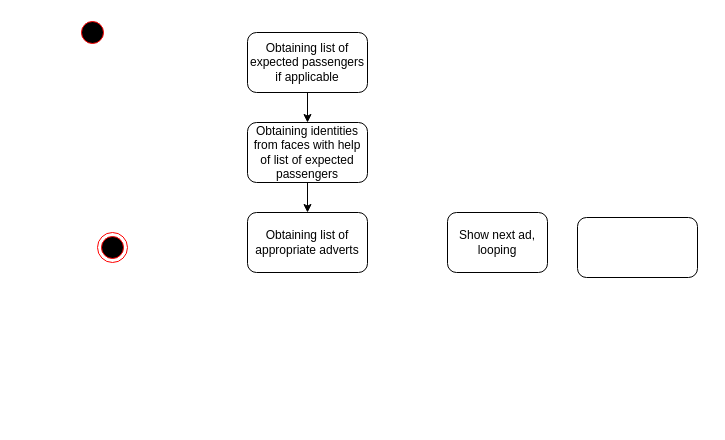
Above: Diagrama sin título.drawio in pseud0n/sepp-diagrams (draw.io), before the change. Source tidied: cells renumbered, new cells numbered last; positions are measured from the earlier drawing's top-left corner, leaving out a move shared by most shapes. Both pictures are drawn from the tidied source at 100%, with x=0, y=0 at pixel (77, 17).
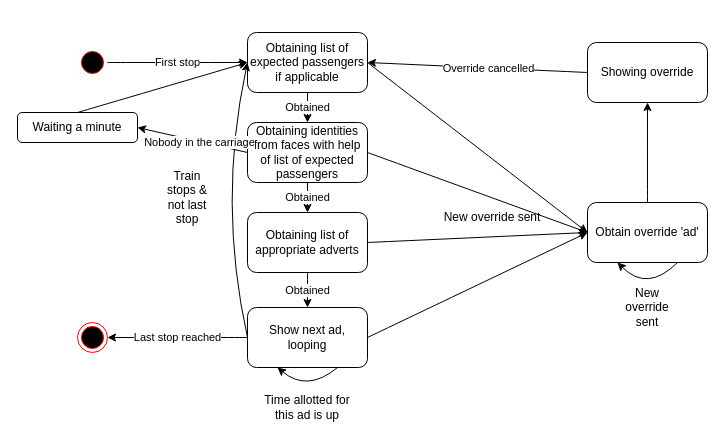
The same diagram, later.

The change refers to these unchanged cells:
```xml
<mxCell id="4" value="&lt;div&gt;Obtaining list of expected passengers if applicable&lt;/div&gt;" style="rounded=1;whiteSpace=wrap;html=1;" parent="1" vertex="1">
  <mxGeometry x="170" y="15" width="120" height="60" as="geometry" />
</mxCell>
<mxCell id="5" value="Obtaining identities from faces with help of list of expected passengers" style="rounded=1;whiteSpace=wrap;html=1;" parent="1" vertex="1">
  <mxGeometry x="170" y="105" width="120" height="60" as="geometry" />
</mxCell>
<mxCell id="7" value="Obtaining list of appropriate adverts" style="rounded=1;whiteSpace=wrap;html=1;" parent="1" vertex="1">
  <mxGeometry x="170" y="195" width="120" height="60" as="geometry" />
</mxCell>
```

Change to the diagram source:
```diff
@@
     <mxCell id="2" style="ellipse;html=1;shape=startState;fillColor=#000000;strokeColor=#ff0000;rounded=1;shadow=0;comic=0;labelBackgroundColor=none;fontFamily=Verdana;fontSize=12;fontColor=#000000;align=center;direction=south;" parent="1" vertex="1">
-      <mxGeometry width="30" height="30" as="geometry" />
+      <mxGeometry y="30" width="30" height="30" as="geometry" />
     </mxCell>
     <mxCell id="3" style="ellipse;html=1;shape=endState;fillColor=#000000;strokeColor=#ff0000;rounded=1;shadow=0;comic=0;labelBackgroundColor=none;fontFamily=Verdana;fontSize=12;fontColor=#000000;align=center;" parent="1" vertex="1">
-      <mxGeometry x="20" y="215" width="30" height="30" as="geometry" />
+      <mxGeometry y="305" width="30" height="30" as="geometry" />
     </mxCell>
@@
-    <mxCell id="6" style="endArrow=classic;html=1;rounded=0;exitX=0.5;exitY=1;exitDx=0;exitDy=0;" parent="1" edge="1" source="4" target="5">
+    <mxCell id="6" value="Obtained" style="endArrow=classic;html=1;rounded=0;exitX=0.5;exitY=1;exitDx=0;exitDy=0;" parent="1" edge="1" source="4" target="5">
       <mxGeometry relative="1" as="geometry" />
     </mxCell>
@@
-    <mxCell id="8" style="endArrow=classic;html=1;rounded=0;exitX=0.5;exitY=1;exitDx=0;exitDy=0;entryX=0.5;entryY=0;entryDx=0;entryDy=0;" parent="1" edge="1" source="5" target="7">
+    <mxCell id="8" value="Obtained" style="endArrow=classic;html=1;rounded=0;exitX=0.5;exitY=1;exitDx=0;exitDy=0;entryX=0.5;entryY=0;entryDx=0;entryDy=0;" parent="1" edge="1" source="5" target="7">
       <mxGeometry relative="1" as="geometry" />
     </mxCell>
     <mxCell id="9" value="Show next ad, looping" style="rounded=1;whiteSpace=wrap;html=1;" parent="1" vertex="1">
-      <mxGeometry x="370" y="195" width="100" height="60" as="geometry" />
+      <mxGeometry x="170" y="290" width="120" height="60" as="geometry" />
     </mxCell>
-    <mxCell id="10" style="rounded=1;whiteSpace=wrap;html=1;" parent="1" vertex="1">
-      <mxGeometry x="500" y="200" width="120" height="60" as="geometry" />
+    <mxCell id="10" value="Showing override" style="rounded=1;whiteSpace=wrap;html=1;" parent="1" vertex="1">
+      <mxGeometry x="510" y="25" width="120" height="60" as="geometry" />
     </mxCell>
+    <mxCell id="11" value="Obtain override 'ad'" style="rounded=1;whiteSpace=wrap;html=1;" parent="1" vertex="1">
+      <mxGeometry x="510" y="185" width="120" height="60" as="geometry" />
+    </mxCell>
+    <mxCell id="12" style="endArrow=classic;html=1;exitX=0.75;exitY=1;exitDx=0;exitDy=0;entryX=0.25;entryY=1;entryDx=0;entryDy=0;curved=1;" parent="1" edge="1" source="9" target="9">
+      <mxGeometry relative="1" as="geometry">
+        <Array as="points">
+          <mxPoint x="230" y="375" />
+        </Array>
+      </mxGeometry>
+    </mxCell>
+    <mxCell id="13" value="Time allotted for this ad is up" style="text;html=1;strokeColor=none;fillColor=none;align=center;verticalAlign=middle;whiteSpace=wrap;rounded=0;" parent="1" vertex="1">
+      <mxGeometry x="180" y="375" width="100" height="30" as="geometry" />
+    </mxCell>
+    <mxCell id="14" style="endArrow=classic;html=1;curved=1;exitX=0;exitY=0.5;exitDx=0;exitDy=0;entryX=0;entryY=0.5;entryDx=0;entryDy=0;" parent="1" edge="1" source="9" target="4">
+      <mxGeometry relative="1" as="geometry">
+        <Array as="points">
+          <mxPoint x="140" y="185" />
+        </Array>
+      </mxGeometry>
+    </mxCell>
+    <mxCell id="15" value="Train stops &amp;amp; not last stop" style="text;html=1;strokeColor=none;fillColor=none;align=center;verticalAlign=middle;whiteSpace=wrap;rounded=0;" parent="1" vertex="1">
+      <mxGeometry x="80" y="165" width="60" height="30" as="geometry" />
+    </mxCell>
+    <mxCell id="16" style="endArrow=classic;html=1;curved=1;exitX=1;exitY=0.5;exitDx=0;exitDy=0;entryX=0;entryY=0.5;entryDx=0;entryDy=0;" parent="1" edge="1" source="9" target="11">
+      <mxGeometry relative="1" as="geometry" />
+    </mxCell>
+    <mxCell id="17" style="endArrow=classic;html=1;curved=1;exitX=1;exitY=0.5;exitDx=0;exitDy=0;entryX=0;entryY=0.5;entryDx=0;entryDy=0;" parent="1" edge="1" source="7" target="11">
+      <mxGeometry relative="1" as="geometry" />
+    </mxCell>
+    <mxCell id="18" value="Obtained" style="endArrow=classic;html=1;curved=1;exitX=0.5;exitY=1;exitDx=0;exitDy=0;" parent="1" edge="1" source="7" target="9">
+      <mxGeometry relative="1" as="geometry" />
+    </mxCell>
+    <mxCell id="19" style="endArrow=classic;html=1;curved=1;exitX=1;exitY=0.5;exitDx=0;exitDy=0;entryX=0;entryY=0.5;entryDx=0;entryDy=0;" parent="1" edge="1" source="5" target="11">
+      <mxGeometry relative="1" as="geometry" />
+    </mxCell>
+    <mxCell id="20" style="endArrow=classic;html=1;curved=1;exitX=1;exitY=0.5;exitDx=0;exitDy=0;entryX=0;entryY=0.5;entryDx=0;entryDy=0;" parent="1" edge="1" source="4" target="11">
+      <mxGeometry relative="1" as="geometry" />
+    </mxCell>
+    <mxCell id="21" style="endArrow=classic;html=1;curved=1;exitX=0.5;exitY=0;exitDx=0;exitDy=0;entryX=0.5;entryY=1;entryDx=0;entryDy=0;" parent="1" edge="1" source="11" target="10">
+      <mxGeometry relative="1" as="geometry" />
+    </mxCell>
+    <mxCell id="22" value="New override sent" style="text;html=1;strokeColor=none;fillColor=none;align=center;verticalAlign=middle;whiteSpace=wrap;rounded=0;" parent="1" vertex="1">
+      <mxGeometry x="360" y="185" width="110" height="30" as="geometry" />
+    </mxCell>
+    <mxCell id="23" style="endArrow=classic;html=1;curved=1;exitX=0.75;exitY=1;exitDx=0;exitDy=0;entryX=0.25;entryY=1;entryDx=0;entryDy=0;" parent="1" edge="1" source="11" target="11">
+      <mxGeometry relative="1" as="geometry">
+        <Array as="points">
+          <mxPoint x="570" y="275" />
+        </Array>
+      </mxGeometry>
+    </mxCell>
+    <mxCell id="24" value="New override sent" style="text;html=1;strokeColor=none;fillColor=none;align=center;verticalAlign=middle;whiteSpace=wrap;rounded=0;" parent="1" vertex="1">
+      <mxGeometry x="540" y="275" width="60" height="30" as="geometry" />
+    </mxCell>
+    <mxCell id="25" style="endArrow=classic;html=1;curved=1;exitX=0;exitY=0.5;exitDx=0;exitDy=0;entryX=1;entryY=0.5;entryDx=0;entryDy=0;" parent="1" edge="1" source="10" target="4">
+      <mxGeometry relative="1" as="geometry" />
+    </mxCell>
+    <mxCell id="26" value="Override cancelled" style="edgeLabel;html=1;align=center;verticalAlign=middle;" parent="25" vertex="1">
+      <mxGeometry x="-0.09" relative="1" as="geometry" />
+    </mxCell>
+    <mxCell id="27" value="First stop" style="endArrow=classic;html=1;curved=1;exitX=0.5;exitY=0;exitDx=0;exitDy=0;entryX=0;entryY=0.5;entryDx=0;entryDy=0;" parent="1" edge="1" source="2" target="4">
+      <mxGeometry relative="1" as="geometry" />
+    </mxCell>
+    <mxCell id="28" value="Last stop reached" style="endArrow=classic;html=1;curved=1;entryX=1;entryY=0.5;entryDx=0;entryDy=0;exitX=0;exitY=0.5;exitDx=0;exitDy=0;" parent="1" edge="1" source="9" target="3">
+      <mxGeometry relative="1" as="geometry" />
+    </mxCell>
+    <mxCell id="29" value="Waiting a minute" style="rounded=1;whiteSpace=wrap;html=1;" parent="1" vertex="1">
+      <mxGeometry x="-60" y="95" width="120" height="30" as="geometry" />
+    </mxCell>
+    <mxCell id="30" style="endArrow=classic;html=1;curved=1;exitX=0;exitY=0.5;exitDx=0;exitDy=0;entryX=1;entryY=0.5;entryDx=0;entryDy=0;" parent="1" edge="1" source="5" target="29">
+      <mxGeometry relative="1" as="geometry" />
+    </mxCell>
+    <mxCell id="31" value="Nobody in the carriage" style="edgeLabel;html=1;align=center;verticalAlign=middle;" parent="30" vertex="1">
+      <mxGeometry x="-0.11" y="1" relative="1" as="geometry" />
+    </mxCell>
+    <mxCell id="32" style="endArrow=classic;html=1;curved=1;exitX=0.5;exitY=0;exitDx=0;exitDy=0;entryX=0;entryY=0.5;entryDx=0;entryDy=0;" parent="1" edge="1" source="29" target="4">
+      <mxGeometry relative="1" as="geometry" />
+    </mxCell>
```
